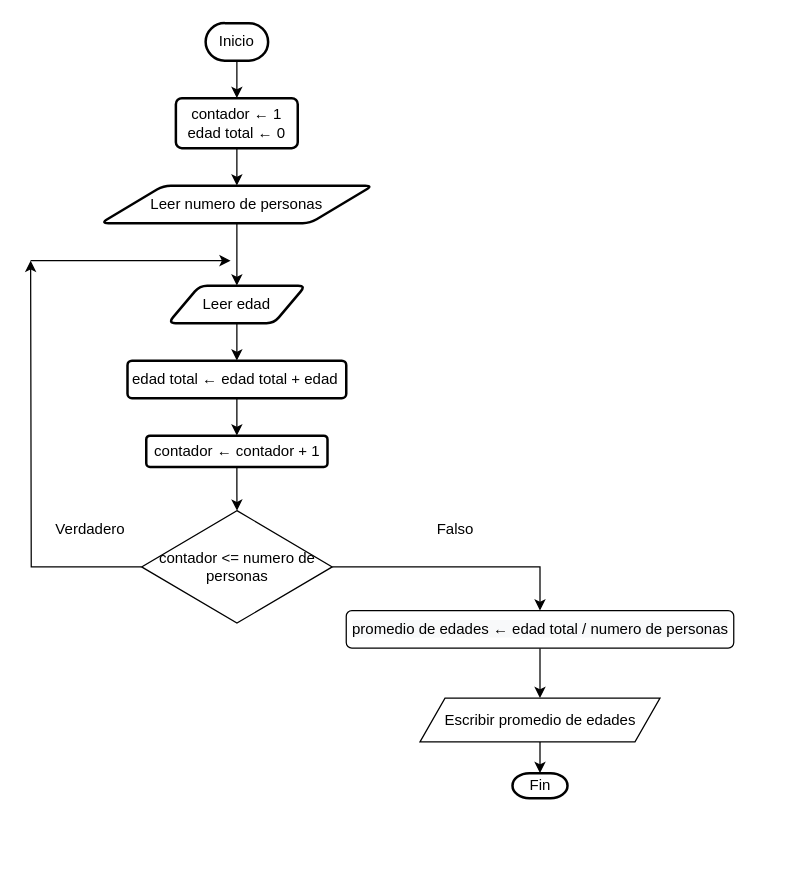
ShanderGonzalez/Diagrama-de-flujo keeps this draw.io diagram as page "Page-2" (2 of 4) of Untitled Diagram.drawio. Above is the earlier version. Source tidied: cells renumbered, new cells numbered last; positions are measured from the earlier drawing's top-left corner, leaving out a move shared by most shapes. Both pictures are drawn from the tidied source at 125%, with x=0, y=0 at pixel (30, 22).
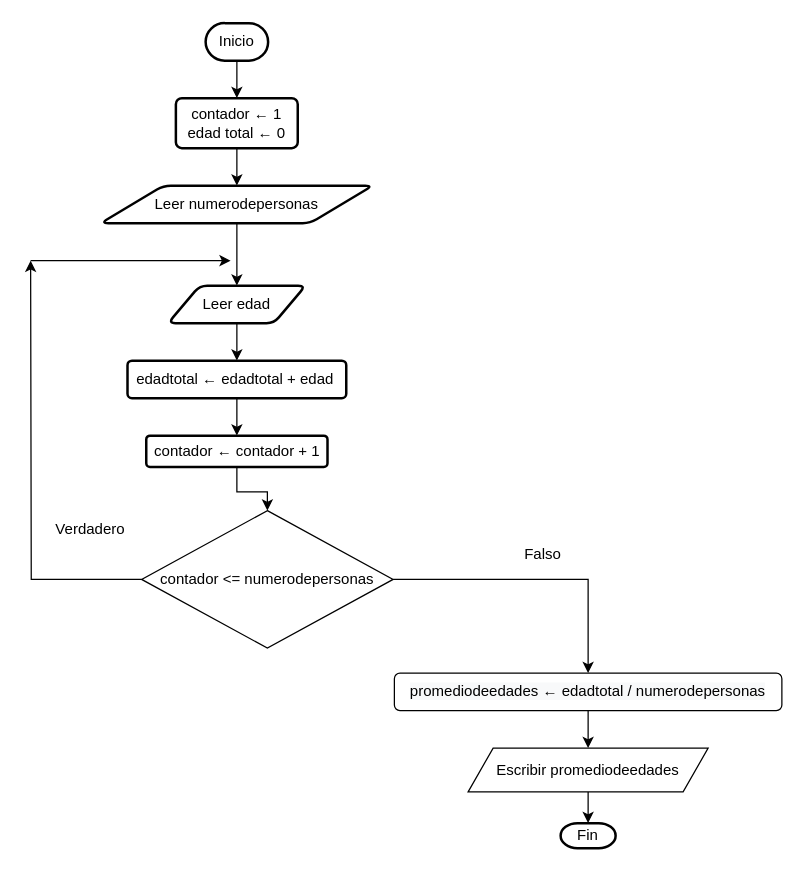
Above is the later version.

Diff of the diagram source:
```diff
@@
-    <mxCell id="5" value="Leer numero de personas" style="shape=parallelogram;html=1;strokeWidth=2;perimeter=parallelogramPerimeter;whiteSpace=wrap;rounded=1;arcSize=12;size=0.23;" parent="1" vertex="1">
+    <mxCell id="5" value="Leer numerodepersonas" style="shape=parallelogram;html=1;strokeWidth=2;perimeter=parallelogramPerimeter;whiteSpace=wrap;rounded=1;arcSize=12;size=0.23;" parent="1" vertex="1">
       <mxGeometry x="56.2" y="130" width="217.5" height="30" as="geometry" />
     </mxCell>
@@
-    <mxCell id="9" value="edad total ← edad total + edad&amp;nbsp;" style="whiteSpace=wrap;html=1;rounded=1;strokeWidth=2;arcSize=12;" parent="1" vertex="1">
+    <mxCell id="9" value="edadtotal ← edadtotal + edad&amp;nbsp;" style="whiteSpace=wrap;html=1;rounded=1;strokeWidth=2;arcSize=12;" parent="1" vertex="1">
       <mxGeometry x="77.5" y="270" width="175" height="30" as="geometry" />
     </mxCell>
@@
-    <mxCell id="14" value="contador &amp;lt;= numero de personas" style="rhombus;whiteSpace=wrap;html=1;" parent="1" vertex="1">
-      <mxGeometry x="88.8" y="390" width="152.5" height="90" as="geometry" />
+    <mxCell id="14" value="contador &amp;lt;= numerodepersonas" style="rhombus;whiteSpace=wrap;html=1;" parent="1" vertex="1">
+      <mxGeometry x="88.8" y="390" width="201.2" height="110" as="geometry" />
     </mxCell>
@@
-    <mxCell id="20" value="&#10;&#10;&lt;span style=&quot;color: rgb(0, 0, 0); font-family: helvetica; font-size: 12px; font-style: normal; font-weight: 400; letter-spacing: normal; text-align: center; text-indent: 0px; text-transform: none; word-spacing: 0px; background-color: rgb(248, 249, 250); display: inline; float: none;&quot;&gt;promedio de edades ← edad total / numero de personas&lt;/span&gt;&#10;&#10;" style="rounded=1;whiteSpace=wrap;html=1;" parent="1" vertex="1">
-      <mxGeometry x="252.5" y="470" width="310" height="30" as="geometry" />
+    <mxCell id="20" value="&lt;span style=&quot;color: rgb(0 , 0 , 0) ; font-family: &amp;#34;helvetica&amp;#34; ; font-size: 12px ; font-style: normal ; font-weight: 400 ; letter-spacing: normal ; text-align: center ; text-indent: 0px ; text-transform: none ; word-spacing: 0px ; background-color: rgb(248 , 249 , 250) ; display: inline ; float: none&quot;&gt;promediodeedades ← edadtotal / numerodepersonas&lt;/span&gt;" style="rounded=1;whiteSpace=wrap;html=1;" parent="1" vertex="1">
+      <mxGeometry x="291" y="520" width="310" height="30" as="geometry" />
     </mxCell>
@@
-    <mxCell id="22" value="Escribir promedio de edades" style="shape=parallelogram;perimeter=parallelogramPerimeter;whiteSpace=wrap;html=1;fixedSize=1;" parent="1" vertex="1">
-      <mxGeometry x="311.5" y="540" width="192" height="35" as="geometry" />
+    <mxCell id="22" value="Escribir promediodeedades" style="shape=parallelogram;perimeter=parallelogramPerimeter;whiteSpace=wrap;html=1;fixedSize=1;" parent="1" vertex="1">
+      <mxGeometry x="350" y="580" width="192" height="35" as="geometry" />
     </mxCell>
     <mxCell id="23" value="Fin" style="strokeWidth=2;html=1;shape=mxgraph.flowchart.terminator;whiteSpace=wrap;" parent="1" vertex="1">
-      <mxGeometry x="385.5" y="600" width="44" height="20" as="geometry" />
+      <mxGeometry x="424" y="640" width="44" height="20" as="geometry" />
     </mxCell>
     <mxCell id="24" value="Falso" style="text;html=1;strokeColor=none;fillColor=none;align=center;verticalAlign=middle;whiteSpace=wrap;rounded=0;" parent="1" vertex="1">
-      <mxGeometry x="310" y="390" width="60" height="30" as="geometry" />
+      <mxGeometry x="380" y="410" width="60" height="30" as="geometry" />
     </mxCell>
```
